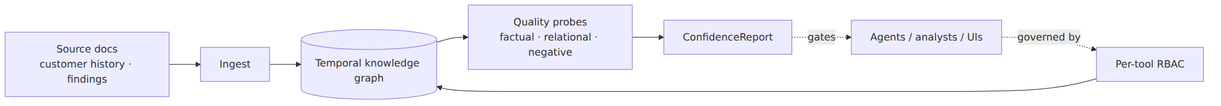
Earlier version of the Mermaid export images/knowledge-layer.png (sachiachar/sachidananda-karkala). Its source is kept beside it as diagrams/knowledge-layer.mmd. The source it was exported from:
```mermaid
flowchart LR
  sources["Source docs<br/>customer history · findings"]
  ingest["Ingest"]
  kg[("Temporal knowledge graph")]
  probes["Quality probes<br/>factual · relational · negative"]
  score["ConfidenceReport"]
  rbac["Per-tool RBAC"]
  consumers["Agents / analysts / UIs"]
  sources --> ingest --> kg
  kg --> probes --> score
  consumers -.governed by.-> rbac
  rbac --> kg
  score -.gates.-> consumers
```
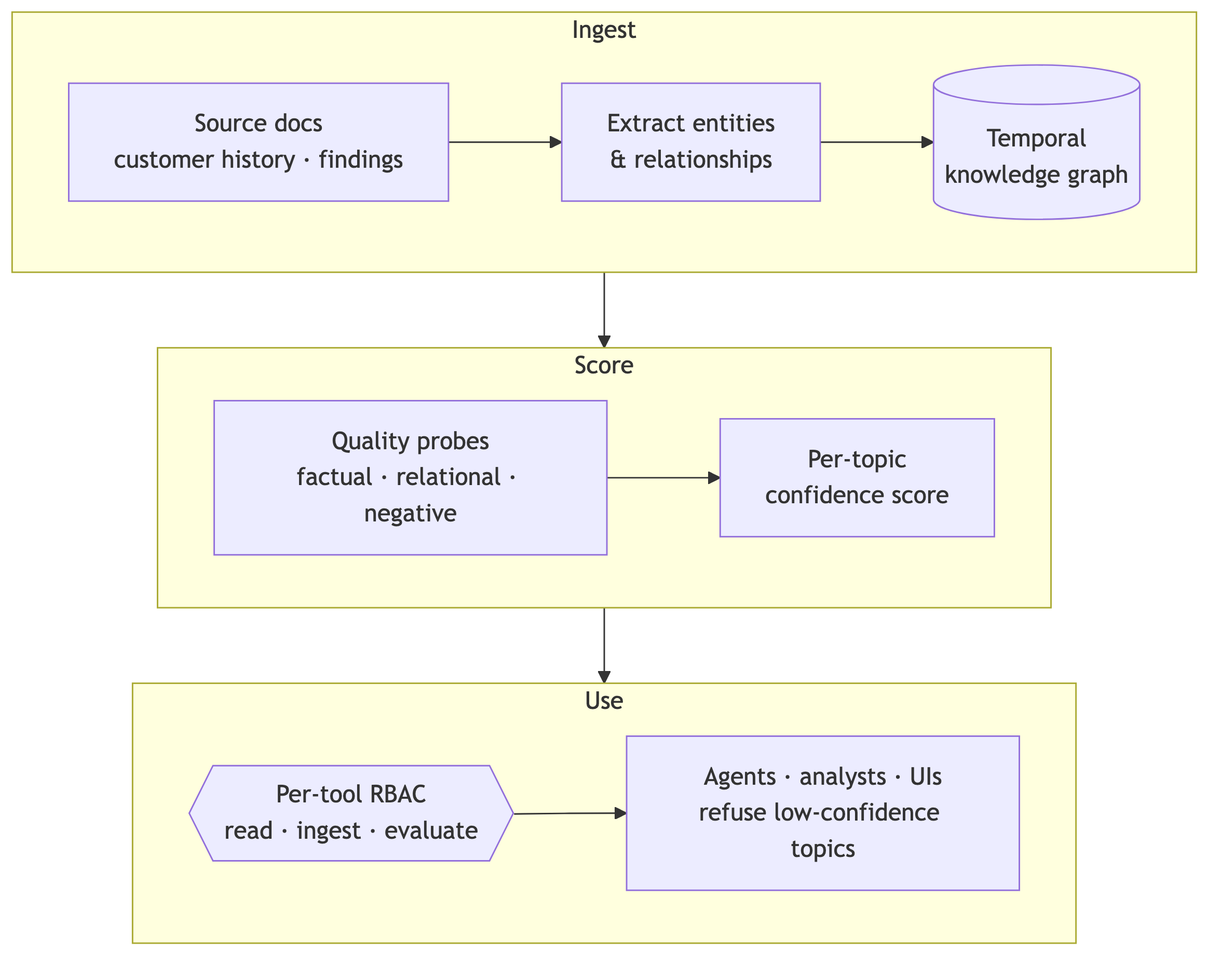
The same diagram one commit later.

What changed in the source:
```diff
@@ -1,13 +1,14 @@
-flowchart LR
-  sources["Source docs<br/>customer history · findings"]
-  ingest["Ingest"]
-  kg[("Temporal knowledge graph")]
-  probes["Quality probes<br/>factual · relational · negative"]
-  score["ConfidenceReport"]
-  rbac["Per-tool RBAC"]
-  consumers["Agents / analysts / UIs"]
-  sources --> ingest --> kg
-  kg --> probes --> score
-  consumers -.governed by.-> rbac
-  rbac --> kg
-  score -.gates.-> consumers
+flowchart TB
+  subgraph ingestrow["Ingest"]
+    direction LR
+    sources["Source docs<br/>customer history · findings"] --> ingest["Extract entities<br/>& relationships"] --> kg[("Temporal<br/>knowledge graph")]
+  end
+  subgraph quality["Score"]
+    direction LR
+    probes["Quality probes<br/>factual · relational · negative"] --> score["Per-topic<br/>confidence score"]
+  end
+  subgraph use["Use"]
+    direction LR
+    rbac{{"Per-tool RBAC<br/>read · ingest · evaluate"}} --> consumers["Agents · analysts · UIs<br/>refuse low-confidence topics"]
+  end
+  ingestrow --> quality --> use
```
